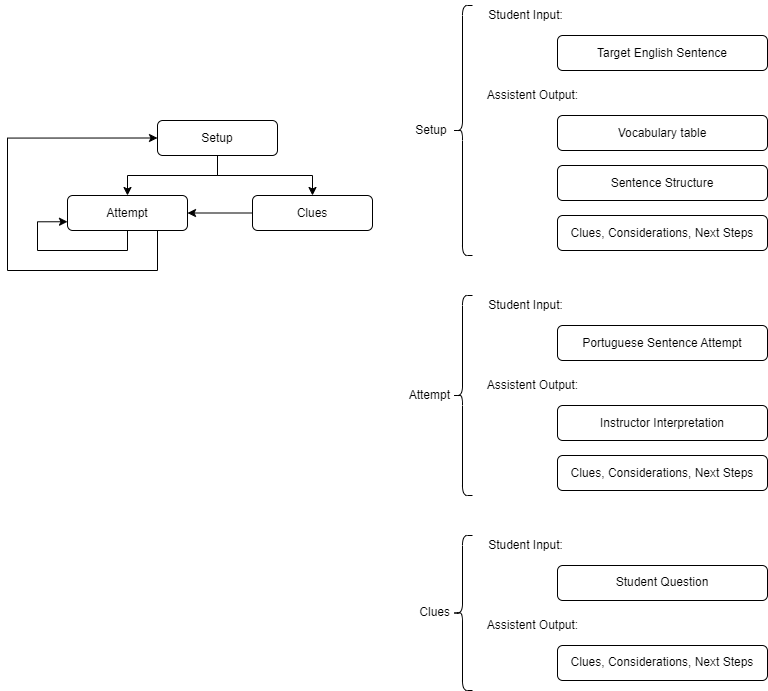
This is sentence-construction/claude/sentence-costruction.png from VCharrua/free-genai-bootcamp-2025, a draw.io export, as it was before one commit. Source tidied: cells renumbered, new cells last; positions are measured from the earlier drawing's top-left corner, leaving out a move shared by most shapes. Its diagram source:
```xml
<mxGraphModel>
  <root>
    <mxCell id="0" />
    <mxCell id="1" parent="0" />
    <mxCell id="2" value="Target English Sentence" style="rounded=1;whiteSpace=wrap;html=1;" parent="1" vertex="1">
      <mxGeometry x="550" y="35" width="210" height="35" as="geometry" />
    </mxCell>
    <mxCell id="3" value="Vocabulary table" style="rounded=1;whiteSpace=wrap;html=1;" parent="1" vertex="1">
      <mxGeometry x="550" y="115" width="210" height="35" as="geometry" />
    </mxCell>
    <mxCell id="4" value="Sentence Structure" style="rounded=1;whiteSpace=wrap;html=1;" parent="1" vertex="1">
      <mxGeometry x="550" y="165" width="210" height="35" as="geometry" />
    </mxCell>
    <mxCell id="5" value="Clues, Considerations, Next Steps" style="rounded=1;whiteSpace=wrap;html=1;" parent="1" vertex="1">
      <mxGeometry x="550" y="215" width="210" height="35" as="geometry" />
    </mxCell>
    <mxCell id="6" value="Student Input:" style="text;html=1;align=center;verticalAlign=middle;strokeColor=none;fillColor=none;" parent="1" vertex="1">
      <mxGeometry x="470" width="95" height="30" as="geometry" />
    </mxCell>
    <mxCell id="7" value="Assistent Output:" style="text;html=1;align=center;verticalAlign=middle;strokeColor=none;fillColor=none;" parent="1" vertex="1">
      <mxGeometry x="470" y="80" width="110" height="30" as="geometry" />
    </mxCell>
    <mxCell id="8" value="Setup&amp;nbsp;" style="shape=curlyBracket;whiteSpace=wrap;html=1;rounded=1;labelPosition=left;verticalLabelPosition=middle;align=right;verticalAlign=middle;" parent="1" vertex="1">
      <mxGeometry x="445" y="5" width="20" height="250" as="geometry" />
    </mxCell>
    <mxCell id="9" value="Portuguese Sentence Attempt" style="rounded=1;whiteSpace=wrap;html=1;" parent="1" vertex="1">
      <mxGeometry x="550" y="325" width="210" height="35" as="geometry" />
    </mxCell>
    <mxCell id="10" value="Instructor Interpretation" style="rounded=1;whiteSpace=wrap;html=1;" parent="1" vertex="1">
      <mxGeometry x="550" y="405" width="210" height="35" as="geometry" />
    </mxCell>
    <mxCell id="11" value="Clues, Considerations, Next Steps" style="rounded=1;whiteSpace=wrap;html=1;" parent="1" vertex="1">
      <mxGeometry x="550" y="455" width="210" height="35" as="geometry" />
    </mxCell>
    <mxCell id="12" value="Student Input:" style="text;html=1;align=center;verticalAlign=middle;strokeColor=none;fillColor=none;" parent="1" vertex="1">
      <mxGeometry x="470" y="290" width="95" height="30" as="geometry" />
    </mxCell>
    <mxCell id="13" value="Assistent Output:" style="text;html=1;align=center;verticalAlign=middle;strokeColor=none;fillColor=none;" parent="1" vertex="1">
      <mxGeometry x="470" y="370" width="110" height="30" as="geometry" />
    </mxCell>
    <mxCell id="14" value="Attempt" style="shape=curlyBracket;whiteSpace=wrap;html=1;rounded=1;labelPosition=left;verticalLabelPosition=middle;align=right;verticalAlign=middle;" parent="1" vertex="1">
      <mxGeometry x="445" y="295" width="20" height="200" as="geometry" />
    </mxCell>
    <mxCell id="15" style="edgeStyle=orthogonalEdgeStyle;rounded=0;jettySize=auto;html=1;" parent="1" edge="1" source="17" target="19">
      <mxGeometry relative="1" as="geometry" />
    </mxCell>
    <mxCell id="16" style="edgeStyle=orthogonalEdgeStyle;rounded=0;jettySize=auto;html=1;" parent="1" edge="1" source="17" target="21">
      <mxGeometry relative="1" as="geometry" />
    </mxCell>
    <mxCell id="17" value="Setup" style="rounded=1;whiteSpace=wrap;html=1;" parent="1" vertex="1">
      <mxGeometry x="150" y="120" width="120" height="35" as="geometry" />
    </mxCell>
    <mxCell id="18" style="edgeStyle=orthogonalEdgeStyle;rounded=0;jettySize=auto;html=1;exitX=0.75;exitY=1;exitDx=0;exitDy=0;entryX=0;entryY=0.5;entryDx=0;entryDy=0;" parent="1" edge="1" source="19" target="17">
      <mxGeometry relative="1" as="geometry">
        <Array as="points">
          <mxPoint x="150" y="270" />
          <mxPoint y="270" />
          <mxPoint y="138" />
        </Array>
      </mxGeometry>
    </mxCell>
    <mxCell id="19" value="Attempt" style="rounded=1;whiteSpace=wrap;html=1;" parent="1" vertex="1">
      <mxGeometry x="60" y="195" width="120" height="35" as="geometry" />
    </mxCell>
    <mxCell id="20" style="edgeStyle=orthogonalEdgeStyle;rounded=0;jettySize=auto;html=1;" parent="1" edge="1" source="21" target="19">
      <mxGeometry relative="1" as="geometry" />
    </mxCell>
    <mxCell id="21" value="Clues" style="rounded=1;whiteSpace=wrap;html=1;" parent="1" vertex="1">
      <mxGeometry x="245" y="195" width="120" height="35" as="geometry" />
    </mxCell>
    <mxCell id="22" style="edgeStyle=orthogonalEdgeStyle;rounded=0;orthogonalLoop=1;jettySize=auto;html=1;entryX=0;entryY=0.75;entryDx=0;entryDy=0;exitX=0.5;exitY=1;exitDx=0;exitDy=0;" parent="1" edge="1" source="19" target="19">
      <mxGeometry relative="1" as="geometry">
        <Array as="points">
          <mxPoint x="120" y="250" />
          <mxPoint x="30" y="250" />
          <mxPoint x="30" y="221" />
        </Array>
      </mxGeometry>
    </mxCell>
    <mxCell id="23" value="Student Question" style="rounded=1;whiteSpace=wrap;html=1;" parent="1" vertex="1">
      <mxGeometry x="550" y="565" width="210" height="35" as="geometry" />
    </mxCell>
    <mxCell id="24" value="Clues, Considerations, Next Steps" style="rounded=1;whiteSpace=wrap;html=1;" parent="1" vertex="1">
      <mxGeometry x="550" y="645" width="210" height="35" as="geometry" />
    </mxCell>
    <mxCell id="25" value="Student Input:" style="text;html=1;align=center;verticalAlign=middle;strokeColor=none;fillColor=none;" parent="1" vertex="1">
      <mxGeometry x="470" y="530" width="95" height="30" as="geometry" />
    </mxCell>
    <mxCell id="26" value="Assistent Output:" style="text;html=1;align=center;verticalAlign=middle;strokeColor=none;fillColor=none;" parent="1" vertex="1">
      <mxGeometry x="470" y="610" width="110" height="30" as="geometry" />
    </mxCell>
    <mxCell id="27" value="Clues" style="shape=curlyBracket;whiteSpace=wrap;html=1;rounded=1;labelPosition=left;verticalLabelPosition=middle;align=right;verticalAlign=middle;" parent="1" vertex="1">
      <mxGeometry x="445" y="535" width="20" height="155" as="geometry" />
    </mxCell>
  </root>
</mxGraphModel>
```
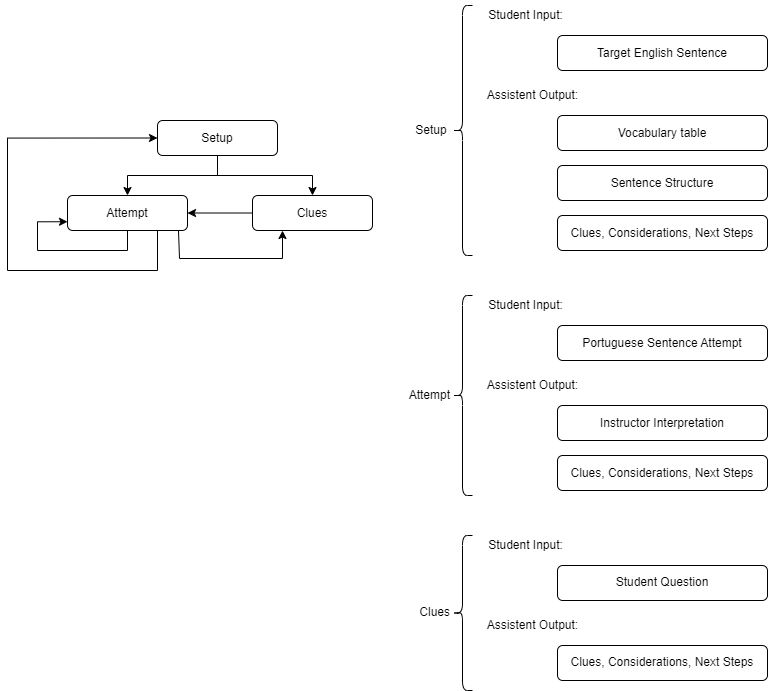
The same file after the commit.

Commit message:
#3 Setup state management

The edit, as a diff of the source:
```diff
@@ -59,6 +59,15 @@
         </Array>
       </mxGeometry>
     </mxCell>
+    <mxCell id="28" style="edgeStyle=orthogonalEdgeStyle;rounded=0;jettySize=auto;html=1;entryX=0.25;entryY=1;entryDx=0;entryDy=0;exitX=0.925;exitY=1.006;exitDx=0;exitDy=0;exitPerimeter=0;" parent="1" edge="1" source="19" target="21">
+      <mxGeometry relative="1" as="geometry">
+        <Array as="points">
+          <mxPoint x="172" y="230" />
+          <mxPoint x="172" y="258" />
+          <mxPoint x="275" y="258" />
+        </Array>
+      </mxGeometry>
+    </mxCell>
     <mxCell id="19" value="Attempt" style="rounded=1;whiteSpace=wrap;html=1;" parent="1" vertex="1">
       <mxGeometry x="60" y="195" width="120" height="35" as="geometry" />
     </mxCell>
```
